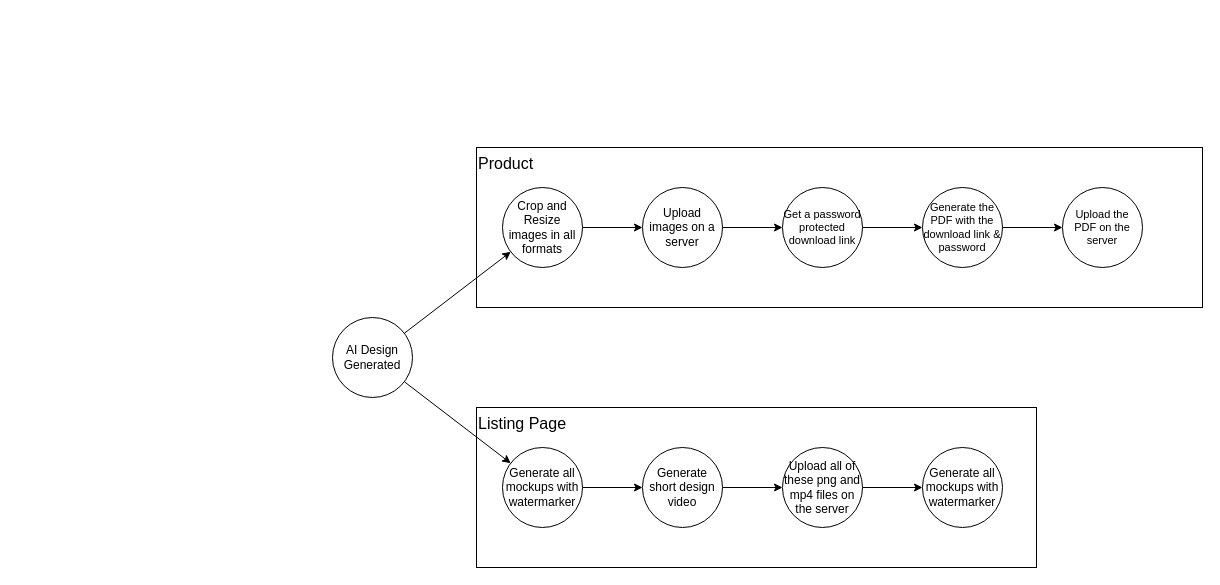
This is schematics/process-geneate-images.drawio from Hackhim/Picgenius, a draw.io file, before an edit. Source tidied: cells renumbered, new cells numbered last; positions are measured from the earlier drawing's top-left corner, leaving out a move shared by most shapes. Both pictures are drawn from the tidied source at 100%, with x=0, y=0 at pixel (332, 147).
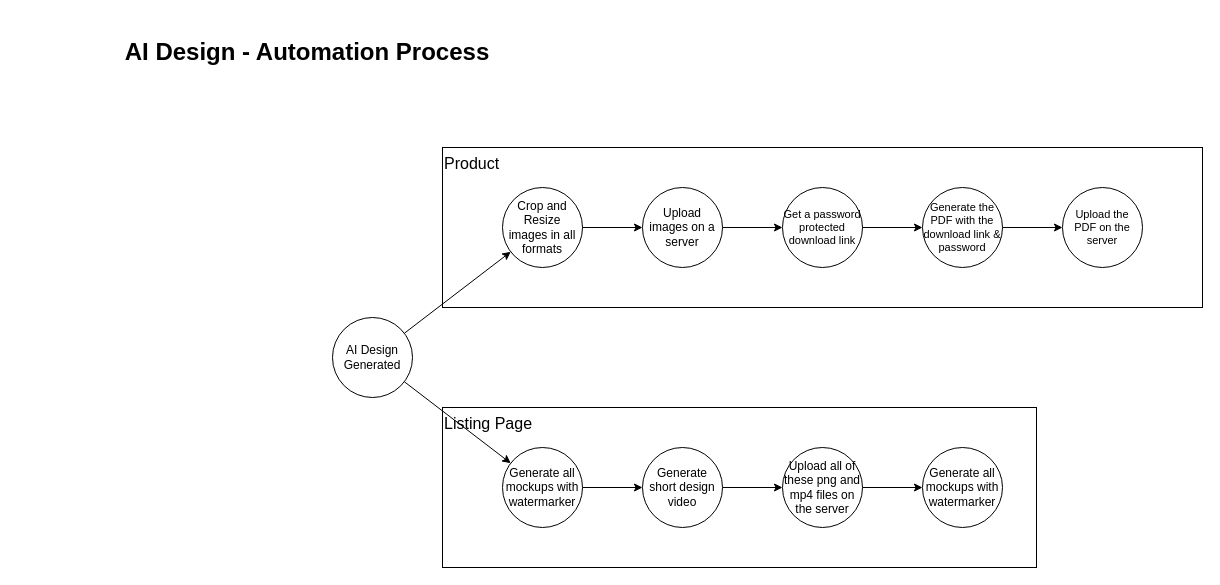
The same page after the edit.

Diff of the diagram source:
```diff
@@
     <mxCell id="3" value="Product" style="rounded=0;whiteSpace=wrap;html=1;align=left;verticalAlign=top;fillColor=none;fontSize=16;" parent="1" vertex="1">
-      <mxGeometry x="144" width="726" height="160" as="geometry" />
+      <mxGeometry x="110" width="760" height="160" as="geometry" />
     </mxCell>
     <mxCell id="4" value="Listing Page" style="rounded=0;whiteSpace=wrap;html=1;align=left;verticalAlign=top;fillColor=none;fontSize=16;" parent="1" vertex="1">
-      <mxGeometry x="144" y="260" width="560" height="160" as="geometry" />
+      <mxGeometry x="110" y="260" width="594" height="160" as="geometry" />
     </mxCell>
@@
+    <mxCell id="23" value="AI Design - Automation Process" style="text;html=1;strokeColor=none;fillColor=none;align=center;verticalAlign=middle;whiteSpace=wrap;rounded=0;fontSize=24;fontStyle=1;" parent="1" vertex="1">
+      <mxGeometry x="-315" y="-130" width="580" height="70" as="geometry" />
+    </mxCell>
```
